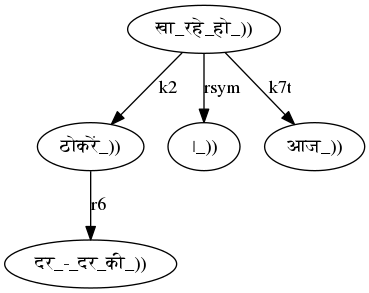
neshkatrapati/construction_annotator keeps this Graphviz diagram as constructions/static/constructions/test.png. Above is the earlier version. Its source is kept beside it as static/test.dot. The source it was exported from:
```dot
digraph {
	"खा_रहे_हो_))
" -> "ठोकरें_))
"[label="k2"];
	"खा_रहे_हो_))
" -> "।_))
"[label="rsym"];
	"खा_रहे_हो_))
" -> "आज_))
"[label="k7t"];
	"ठोकरें_))
" -> "दर_-_दर_की_))
"[label="r6"];
}
```
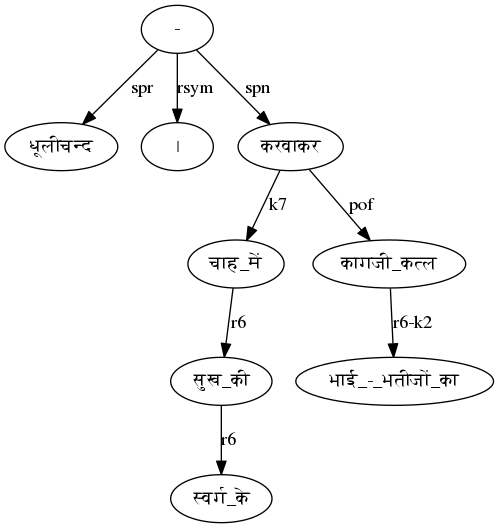
Above is the later version.

Change to the diagram source:
```diff
@@ -1,14 +1,10 @@
 digraph {
-	"खा_रहे_हो_))
-" -> "ठोकरें_))
-"[label="k2"];
-	"खा_रहे_हो_))
-" -> "।_))
-"[label="rsym"];
-	"खा_रहे_हो_))
-" -> "आज_))
-"[label="k7t"];
-	"ठोकरें_))
-" -> "दर_-_दर_की_))
-"[label="r6"];
+	"चाह_में" -> "सुख_की"[label="r6"];
+	"कागजी_कत्ल" -> "भाई_-_भतीजों_का"[label="r6-k2"];
+	"सुख_की" -> "स्वर्ग_के"[label="r6"];
+	"-" -> "धूलीचन्द"[label="spr"];
+	"-" -> "।"[label="rsym"];
+	"-" -> "करवाकर"[label="spn"];
+	"करवाकर" -> "कागजी_कत्ल"[label="pof"];
+	"करवाकर" -> "चाह_में"[label="k7"];
 }
```
